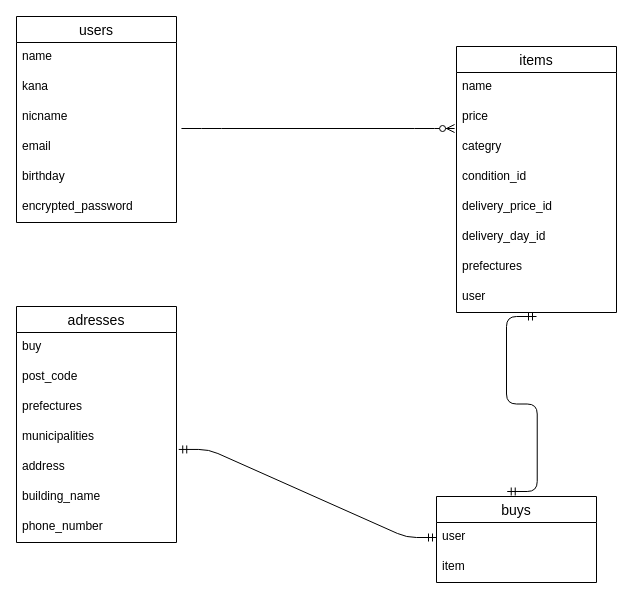
This is furima.dio from oda27/furima-38275, a draw.io file, before an edit. Source tidied: cells renumbered, new cells numbered last; positions are measured from the earlier drawing's top-left corner, leaving out a move shared by most shapes. Both pictures are drawn from the tidied source at 100%, with x=0, y=0 at pixel (16, 16).
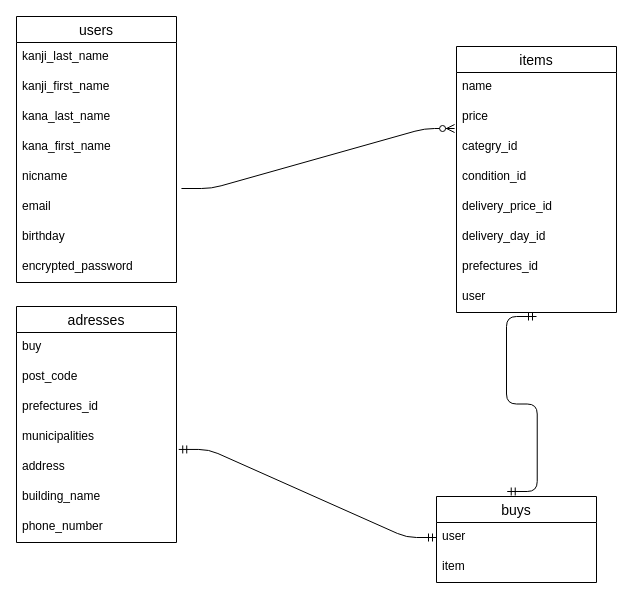
The same diagram, later.

Commit message (it also covers changes not shown here):
データベース設計

The change refers to these unchanged cells:
```xml
<mxCell id="12" value="adresses" style="swimlane;fontStyle=0;horizontal=1;startSize=26;align=center;fontSize=14;" parent="1" vertex="1">
  <mxGeometry y="290" width="160" height="236" as="geometry" />
</mxCell>
<mxCell id="20" value="items" style="swimlane;fontStyle=0;horizontal=1;startSize=26;align=center;fontSize=14;" parent="1" vertex="1">
  <mxGeometry x="440" y="30" width="160" height="266" as="geometry" />
</mxCell>
```

Change to the diagram source:
```diff
@@
     <mxCell id="2" value="users" style="swimlane;fontStyle=0;horizontal=1;startSize=26;align=center;fontSize=14;" parent="1" vertex="1">
-      <mxGeometry width="160" height="206" as="geometry" />
+      <mxGeometry width="160" height="266" as="geometry" />
     </mxCell>
-    <mxCell id="3" value="name" style="text;strokeColor=none;fillColor=none;spacingLeft=4;spacingRight=4;overflow=hidden;fontSize=12;" parent="2" vertex="1">
+    <mxCell id="3" value="kanji_last_name" style="text;strokeColor=none;fillColor=none;spacingLeft=4;spacingRight=4;overflow=hidden;fontSize=12;" parent="2" vertex="1">
       <mxGeometry y="26" width="160" height="30" as="geometry" />
     </mxCell>
-    <mxCell id="4" value="kana" style="text;strokeColor=none;fillColor=none;spacingLeft=4;spacingRight=4;overflow=hidden;fontSize=12;" parent="2" vertex="1">
+    <mxCell id="4" value="kanji_first_name" style="text;strokeColor=none;fillColor=none;spacingLeft=4;spacingRight=4;overflow=hidden;fontSize=12;" parent="2" vertex="1">
       <mxGeometry y="56" width="160" height="30" as="geometry" />
     </mxCell>
+    <mxCell id="33" value="kana_last_name" style="text;strokeColor=none;fillColor=none;spacingLeft=4;spacingRight=4;overflow=hidden;fontSize=12;" parent="2" vertex="1">
+      <mxGeometry y="86" width="160" height="30" as="geometry" />
+    </mxCell>
+    <mxCell id="34" value="kana_first_name" style="text;strokeColor=none;fillColor=none;spacingLeft=4;spacingRight=4;overflow=hidden;fontSize=12;" parent="2" vertex="1">
+      <mxGeometry y="116" width="160" height="30" as="geometry" />
+    </mxCell>
     <mxCell id="5" value="nicname" style="text;strokeColor=none;fillColor=none;spacingLeft=4;spacingRight=4;overflow=hidden;points=[[0,0.5],[1,0.5]];portConstraint=eastwest;fontSize=12;" parent="2" vertex="1">
-      <mxGeometry y="86" width="160" height="30" as="geometry" />
+      <mxGeometry y="146" width="160" height="30" as="geometry" />
     </mxCell>
     <mxCell id="6" value="email" style="text;strokeColor=none;fillColor=none;spacingLeft=4;spacingRight=4;overflow=hidden;fontSize=12;" parent="2" vertex="1">
-      <mxGeometry y="116" width="160" height="30" as="geometry" />
+      <mxGeometry y="176" width="160" height="30" as="geometry" />
     </mxCell>
     <mxCell id="7" value="birthday" style="text;strokeColor=none;fillColor=none;spacingLeft=4;spacingRight=4;overflow=hidden;fontSize=12;" parent="2" vertex="1">
-      <mxGeometry y="146" width="160" height="30" as="geometry" />
+      <mxGeometry y="206" width="160" height="30" as="geometry" />
     </mxCell>
     <mxCell id="8" value="encrypted_password" style="text;strokeColor=none;fillColor=none;spacingLeft=4;spacingRight=4;overflow=hidden;fontSize=12;" parent="2" vertex="1">
-      <mxGeometry y="176" width="160" height="30" as="geometry" />
+      <mxGeometry y="236" width="160" height="30" as="geometry" />
     </mxCell>
@@
-    <mxCell id="15" value="prefectures" style="text;strokeColor=none;fillColor=none;spacingLeft=4;spacingRight=4;overflow=hidden;fontSize=12;" parent="12" vertex="1">
+    <mxCell id="15" value="prefectures_id" style="text;strokeColor=none;fillColor=none;spacingLeft=4;spacingRight=4;overflow=hidden;fontSize=12;" parent="12" vertex="1">
       <mxGeometry y="86" width="160" height="30" as="geometry" />
     </mxCell>
@@
-    <mxCell id="23" value="categry&#10;&#10;" style="text;strokeColor=none;fillColor=none;spacingLeft=4;spacingRight=4;overflow=hidden;fontSize=12;" parent="20" vertex="1">
+    <mxCell id="23" value="categry_id&#10;&#10;" style="text;strokeColor=none;fillColor=none;spacingLeft=4;spacingRight=4;overflow=hidden;fontSize=12;" parent="20" vertex="1">
       <mxGeometry y="86" width="160" height="30" as="geometry" />
     </mxCell>
@@
-    <mxCell id="27" value="prefectures" style="text;strokeColor=none;fillColor=none;spacingLeft=4;spacingRight=4;overflow=hidden;fontSize=12;" parent="20" vertex="1">
+    <mxCell id="27" value="prefectures_id" style="text;strokeColor=none;fillColor=none;spacingLeft=4;spacingRight=4;overflow=hidden;fontSize=12;" parent="20" vertex="1">
       <mxGeometry y="206" width="160" height="30" as="geometry" />
     </mxCell>
```
